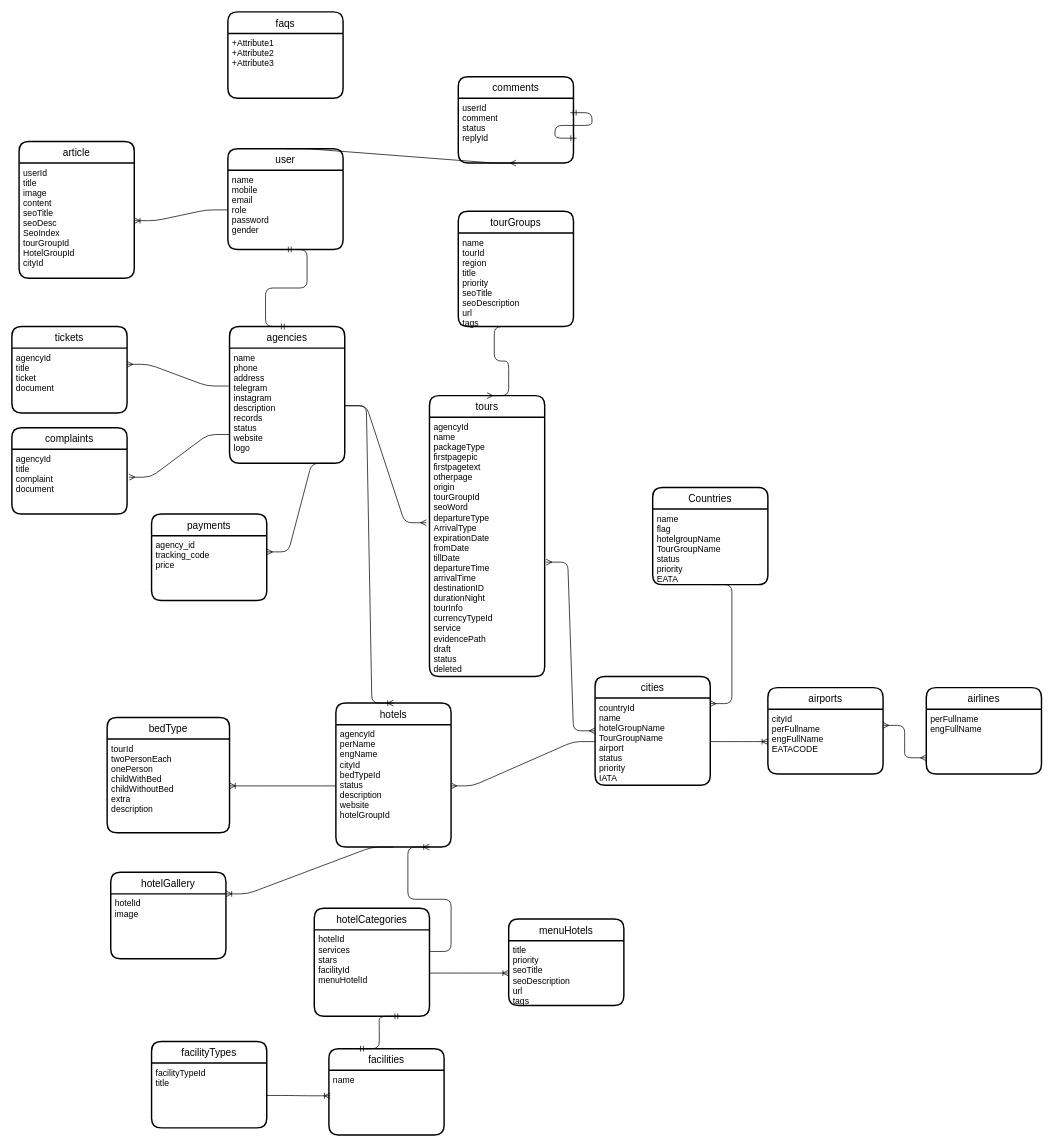
Above: Untitled Diagram.drawio in hamedhsm73/gitProject (draw.io), before the change. Source tidied: cells renumbered, new cells numbered last; positions are measured from the earlier drawing's top-left corner, leaving out a move shared by most shapes. Both pictures are drawn from the tidied source at 72%, with x=0, y=0 at pixel (12, 12).
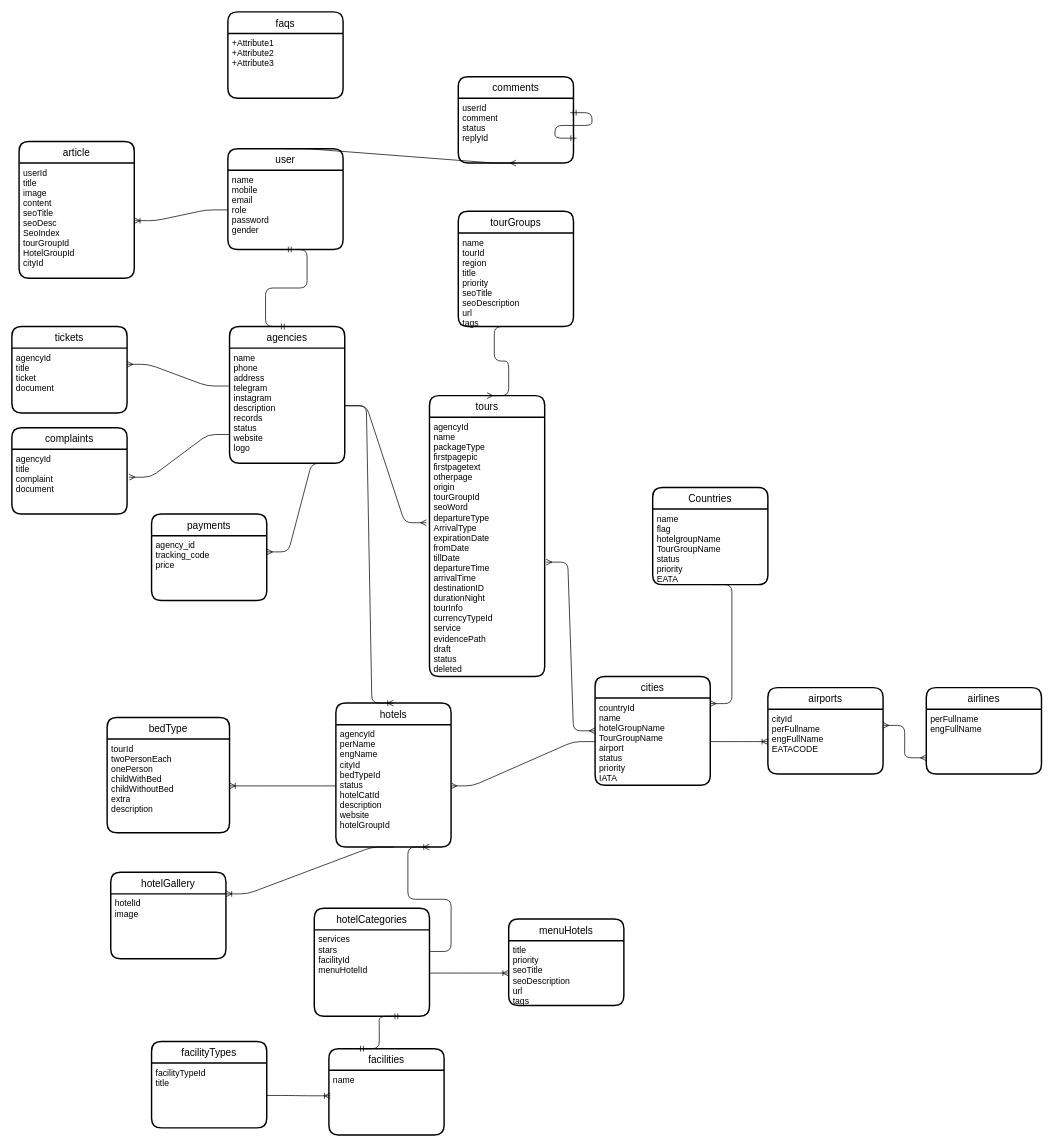
The same page after the edit.

Unchanged cells that the change refers to:
```xml
<mxCell id="28" value="hotels" style="swimlane;horizontal=1;startSize=30;rounded=1;fontSize=14;fontStyle=0;strokeWidth=2;shadow=0;dashed=0;align=center;" parent="1" vertex="1">
  <mxGeometry x="450" y="960" width="160" height="200" as="geometry" />
</mxCell>
<mxCell id="32" value="hotelCategories" style="swimlane;horizontal=1;startSize=30;rounded=1;fontSize=14;fontStyle=0;strokeWidth=2;shadow=0;dashed=0;align=center;" parent="1" vertex="1">
  <mxGeometry x="420" y="1245" width="160" height="150" as="geometry" />
</mxCell>
```

Diff of the diagram source:
```diff
@@
-    <mxCell id="29" value="agencyId&#10;perName&#10;engName&#10;cityId&#10;bedTypeId&#10;status&#10;description&#10;website&#10;hotelGroupId" style="align=left;strokeColor=none;fillColor=none;spacingLeft=4;fontSize=12;verticalAlign=top;" parent="28" vertex="1">
+    <mxCell id="29" value="agencyId&#10;perName&#10;engName&#10;cityId&#10;bedTypeId&#10;status&#10;hotelCatId&#10;description&#10;website&#10;hotelGroupId" style="align=left;strokeColor=none;fillColor=none;spacingLeft=4;fontSize=12;verticalAlign=top;" parent="28" vertex="1">
       <mxGeometry y="30" width="160" height="170" as="geometry" />
     </mxCell>
@@
-    <mxCell id="33" value="hotelId&#10;services&#10;stars&#10;facilityId&#10;menuHotelId" style="align=left;strokeColor=none;fillColor=none;spacingLeft=4;fontSize=12;verticalAlign=top;" parent="32" vertex="1">
+    <mxCell id="33" value="services&#10;stars&#10;facilityId&#10;menuHotelId" style="align=left;strokeColor=none;fillColor=none;spacingLeft=4;fontSize=12;verticalAlign=top;" parent="32" vertex="1">
       <mxGeometry y="30" width="160" height="120" as="geometry" />
     </mxCell>
```
